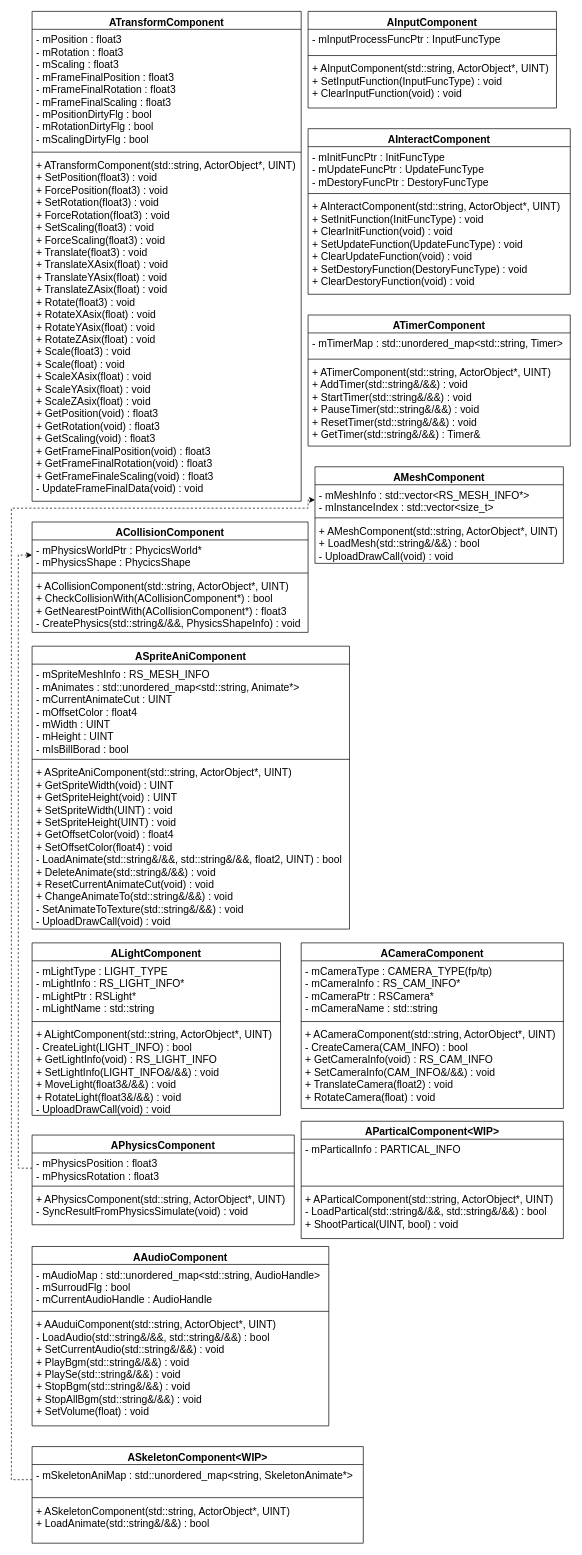
Above: page "AComponent" (8 of 9) of HycFrame3D.drawio in HIBICUS-CAI/HycFrame3D (draw.io), before the change. Source tidied: cells renumbered, new cells numbered last; positions are measured from the earlier drawing's top-left corner, leaving out a move shared by most shapes. Both pictures are drawn from the tidied source at 69%, with x=0, y=0 at pixel (11, 11).
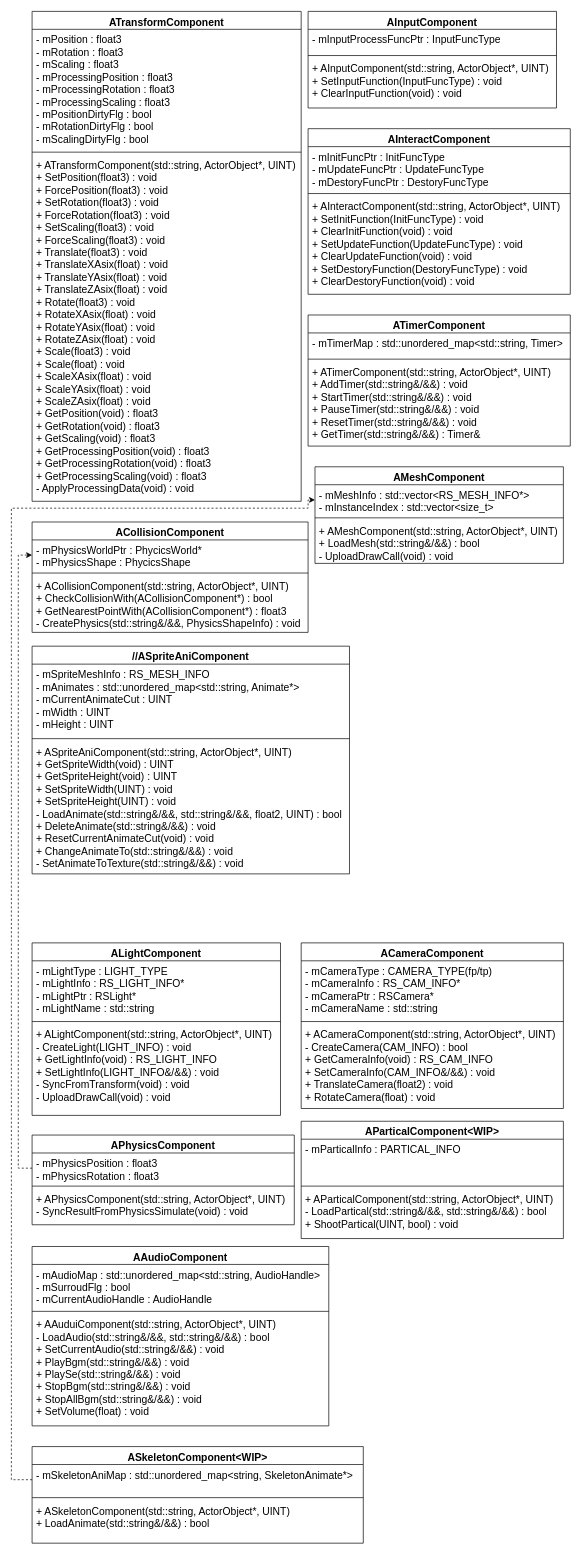
The same page after the edit.

Unchanged cells that the change refers to:
```xml
<mxCell id="2" value="ATransformComponent" style="swimlane;fontStyle=1;align=center;verticalAlign=top;horizontal=1;startSize=26;fontSize=15;" parent="1" vertex="1">
  <mxGeometry x="30" width="390" height="710" as="geometry" />
</mxCell>
<mxCell id="30" value="ALightComponent" style="swimlane;fontStyle=1;align=center;verticalAlign=top;horizontal=1;startSize=26;fontSize=15;" parent="1" vertex="1">
  <mxGeometry x="30" y="1350" width="360" height="250" as="geometry" />
</mxCell>
```

Diff of the diagram source:
```diff
@@
-    <mxCell id="3" value="- mPosition : float3&#10;- mRotation : float3&#10;- mScaling : float3&#10;- mFrameFinalPosition : float3&#10;- mFrameFinalRotation : float3&#10;- mFrameFinalScaling : float3&#10;- mPositionDirtyFlg : bool&#10;- mRotationDirtyFlg : bool&#10;- mScalingDirtyFlg : bool" style="text;strokeColor=none;fillColor=none;align=left;verticalAlign=top;spacingLeft=4;spacingRight=4;overflow=hidden;fontSize=15;" parent="2" vertex="1">
+    <mxCell id="3" value="- mPosition : float3&#10;- mRotation : float3&#10;- mScaling : float3&#10;- mProcessingPosition : float3&#10;- mProcessingRotation : float3&#10;- mProcessingScaling : float3&#10;- mPositionDirtyFlg : bool&#10;- mRotationDirtyFlg : bool&#10;- mScalingDirtyFlg : bool" style="text;strokeColor=none;fillColor=none;align=left;verticalAlign=top;spacingLeft=4;spacingRight=4;overflow=hidden;fontSize=15;" parent="2" vertex="1">
       <mxGeometry y="26" width="390" height="174" as="geometry" />
     </mxCell>
@@
-    <mxCell id="5" value="+ ATransformComponent(std::string, ActorObject*, UINT)&#10;+ SetPosition(float3) : void&#10;+ ForcePosition(float3) : void&#10;+ SetRotation(float3) : void&#10;+ ForceRotation(float3) : void&#10;+ SetScaling(float3) : void&#10;+ ForceScaling(float3) : void&#10;+ Translate(float3) : void&#10;+ TranslateXAsix(float) : void&#10;+ TranslateYAsix(float) : void&#10;+ TranslateZAsix(float) : void&#10;+ Rotate(float3) : void&#10;+ RotateXAsix(float) : void&#10;+ RotateYAsix(float) : void&#10;+ RotateZAsix(float) : void&#10;+ Scale(float3) : void&#10;+ Scale(float) : void&#10;+ ScaleXAsix(float) : void&#10;+ ScaleYAsix(float) : void&#10;+ ScaleZAsix(float) : void&#10;+ GetPosition(void) : float3&#10;+ GetRotation(void) : float3&#10;+ GetScaling(void) : float3&#10;+ GetFrameFinalPosition(void) : float3&#10;+ GetFrameFinalRotation(void) : float3&#10;+ GetFrameFinaleScaling(void) : float3&#10;- UpdateFrameFinalData(void) : void" style="text;strokeColor=none;fillColor=none;align=left;verticalAlign=top;spacingLeft=4;spacingRight=4;overflow=hidden;fontSize=15;" parent="2" vertex="1">
+    <mxCell id="5" value="+ ATransformComponent(std::string, ActorObject*, UINT)&#10;+ SetPosition(float3) : void&#10;+ ForcePosition(float3) : void&#10;+ SetRotation(float3) : void&#10;+ ForceRotation(float3) : void&#10;+ SetScaling(float3) : void&#10;+ ForceScaling(float3) : void&#10;+ Translate(float3) : void&#10;+ TranslateXAsix(float) : void&#10;+ TranslateYAsix(float) : void&#10;+ TranslateZAsix(float) : void&#10;+ Rotate(float3) : void&#10;+ RotateXAsix(float) : void&#10;+ RotateYAsix(float) : void&#10;+ RotateZAsix(float) : void&#10;+ Scale(float3) : void&#10;+ Scale(float) : void&#10;+ ScaleXAsix(float) : void&#10;+ ScaleYAsix(float) : void&#10;+ ScaleZAsix(float) : void&#10;+ GetPosition(void) : float3&#10;+ GetRotation(void) : float3&#10;+ GetScaling(void) : float3&#10;+ GetProcessingPosition(void) : float3&#10;+ GetProcessingRotation(void) : float3&#10;+ GetProcessingScaling(void) : float3&#10;- ApplyProcessingData(void) : void" style="text;strokeColor=none;fillColor=none;align=left;verticalAlign=top;spacingLeft=4;spacingRight=4;overflow=hidden;fontSize=15;" parent="2" vertex="1">
       <mxGeometry y="208" width="390" height="502" as="geometry" />
     </mxCell>
@@
-    <mxCell id="22" value="ASpriteAniComponent" style="swimlane;fontStyle=1;align=center;verticalAlign=top;horizontal=1;startSize=26;fontSize=15;" parent="1" vertex="1">
-      <mxGeometry x="30" y="920" width="460" height="410" as="geometry" />
+    <mxCell id="22" value="//ASpriteAniComponent" style="swimlane;fontStyle=1;align=center;verticalAlign=top;horizontal=1;startSize=26;fontSize=15;" parent="1" vertex="1">
+      <mxGeometry x="30" y="920" width="460" height="330" as="geometry" />
     </mxCell>
-    <mxCell id="23" value="- mSpriteMeshInfo : RS_MESH_INFO&#10;- mAnimates : std::unordered_map&lt;std::string, Animate*&gt;&#10;- mCurrentAnimateCut : UINT&#10;- mOffsetColor : float4&#10;- mWidth : UINT&#10;- mHeight : UINT&#10;- mIsBillBorad : bool" style="text;strokeColor=none;fillColor=none;align=left;verticalAlign=top;spacingLeft=4;spacingRight=4;overflow=hidden;fontSize=15;" parent="22" vertex="1">
-      <mxGeometry y="26" width="460" height="134" as="geometry" />
+    <mxCell id="23" value="- mSpriteMeshInfo : RS_MESH_INFO&#10;- mAnimates : std::unordered_map&lt;std::string, Animate*&gt;&#10;- mCurrentAnimateCut : UINT&#10;- mWidth : UINT&#10;- mHeight : UINT" style="text;strokeColor=none;fillColor=none;align=left;verticalAlign=top;spacingLeft=4;spacingRight=4;overflow=hidden;fontSize=15;" parent="22" vertex="1">
+      <mxGeometry y="26" width="460" height="104" as="geometry" />
     </mxCell>
     <mxCell id="24" style="line;strokeWidth=1;fillColor=none;align=left;verticalAlign=middle;spacingTop=-1;spacingLeft=3;spacingRight=3;labelPosition=right;" parent="22" vertex="1">
-      <mxGeometry y="160" width="460" height="8" as="geometry" />
+      <mxGeometry y="130" width="460" height="8" as="geometry" />
     </mxCell>
-    <mxCell id="25" value="+ ASpriteAniComponent(std::string, ActorObject*, UINT)&#10;+ GetSpriteWidth(void) : UINT&#10;+ GetSpriteHeight(void) : UINT&#10;+ SetSpriteWidth(UINT) : void&#10;+ SetSpriteHeight(UINT) : void&#10;+ GetOffsetColor(void) : float4&#10;+ SetOffsetColor(float4) : void&#10;- LoadAnimate(std::string&amp;/&amp;&amp;, std::string&amp;/&amp;&amp;, float2, UINT) : bool&#10;+ DeleteAnimate(std::string&amp;/&amp;&amp;) : void&#10;+ ResetCurrentAnimateCut(void) : void&#10;+ ChangeAnimateTo(std::string&amp;/&amp;&amp;) : void&#10;- SetAnimateToTexture(std::string&amp;/&amp;&amp;) : void&#10;- UploadDrawCall(void) : void" style="text;strokeColor=none;fillColor=none;align=left;verticalAlign=top;spacingLeft=4;spacingRight=4;overflow=hidden;fontSize=15;" parent="22" vertex="1">
-      <mxGeometry y="168" width="460" height="242" as="geometry" />
+    <mxCell id="25" value="+ ASpriteAniComponent(std::string, ActorObject*, UINT)&#10;+ GetSpriteWidth(void) : UINT&#10;+ GetSpriteHeight(void) : UINT&#10;+ SetSpriteWidth(UINT) : void&#10;+ SetSpriteHeight(UINT) : void&#10;- LoadAnimate(std::string&amp;/&amp;&amp;, std::string&amp;/&amp;&amp;, float2, UINT) : bool&#10;+ DeleteAnimate(std::string&amp;/&amp;&amp;) : void&#10;+ ResetCurrentAnimateCut(void) : void&#10;+ ChangeAnimateTo(std::string&amp;/&amp;&amp;) : void&#10;- SetAnimateToTexture(std::string&amp;/&amp;&amp;) : void" style="text;strokeColor=none;fillColor=none;align=left;verticalAlign=top;spacingLeft=4;spacingRight=4;overflow=hidden;fontSize=15;" parent="22" vertex="1">
+      <mxGeometry y="138" width="460" height="192" as="geometry" />
     </mxCell>
@@
-    <mxCell id="33" value="+ ALightComponent(std::string, ActorObject*, UINT)&#10;- CreateLight(LIGHT_INFO) : bool&#10;+ GetLightInfo(void) : RS_LIGHT_INFO&#10;+ SetLightInfo(LIGHT_INFO&amp;/&amp;&amp;) : void&#10;+ MoveLight(float3&amp;/&amp;&amp;) : void&#10;+ RotateLight(float3&amp;/&amp;&amp;) : void&#10;- UploadDrawCall(void) : void" style="text;strokeColor=none;fillColor=none;align=left;verticalAlign=top;spacingLeft=4;spacingRight=4;overflow=hidden;fontSize=15;" parent="30" vertex="1">
+    <mxCell id="33" value="+ ALightComponent(std::string, ActorObject*, UINT)&#10;- CreateLight(LIGHT_INFO) : void&#10;+ GetLightInfo(void) : RS_LIGHT_INFO&#10;+ SetLightInfo(LIGHT_INFO&amp;/&amp;&amp;) : void&#10;- SyncFromTransform(void) : void&#10;- UploadDrawCall(void) : void" style="text;strokeColor=none;fillColor=none;align=left;verticalAlign=top;spacingLeft=4;spacingRight=4;overflow=hidden;fontSize=15;" parent="30" vertex="1">
       <mxGeometry y="118" width="360" height="132" as="geometry" />
     </mxCell>
```
